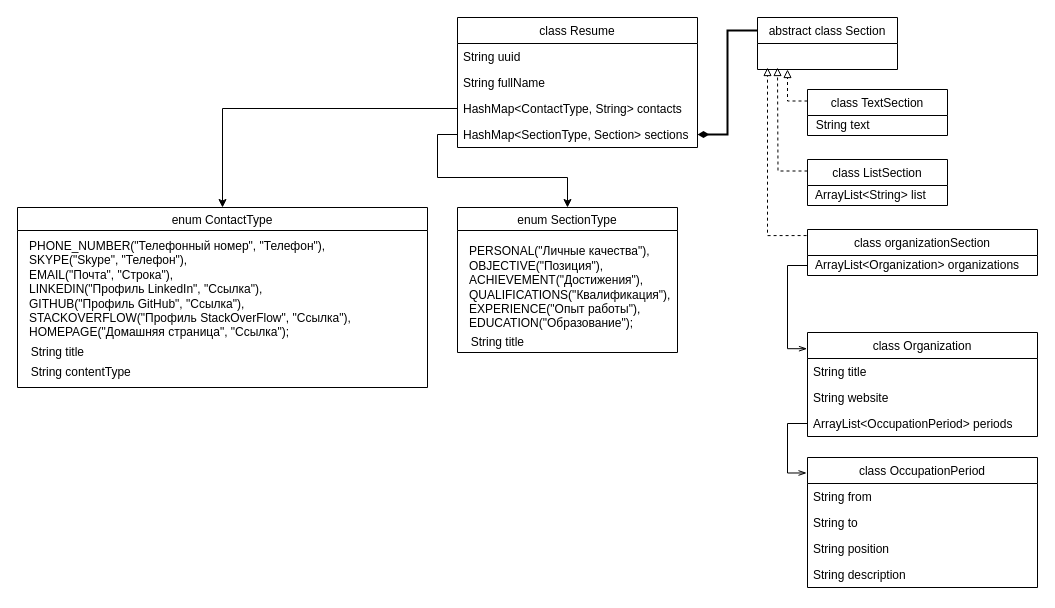
Earlier version of the draw.io diagram Untitled Diagram.drawio (naliev/Resume-web-application). Source tidied: cells renumbered, new cells numbered last; positions are measured from the earlier drawing's top-left corner, leaving out a move shared by most shapes. Both pictures are drawn from the tidied source at 100%, with x=0, y=0 at pixel (17, 17).
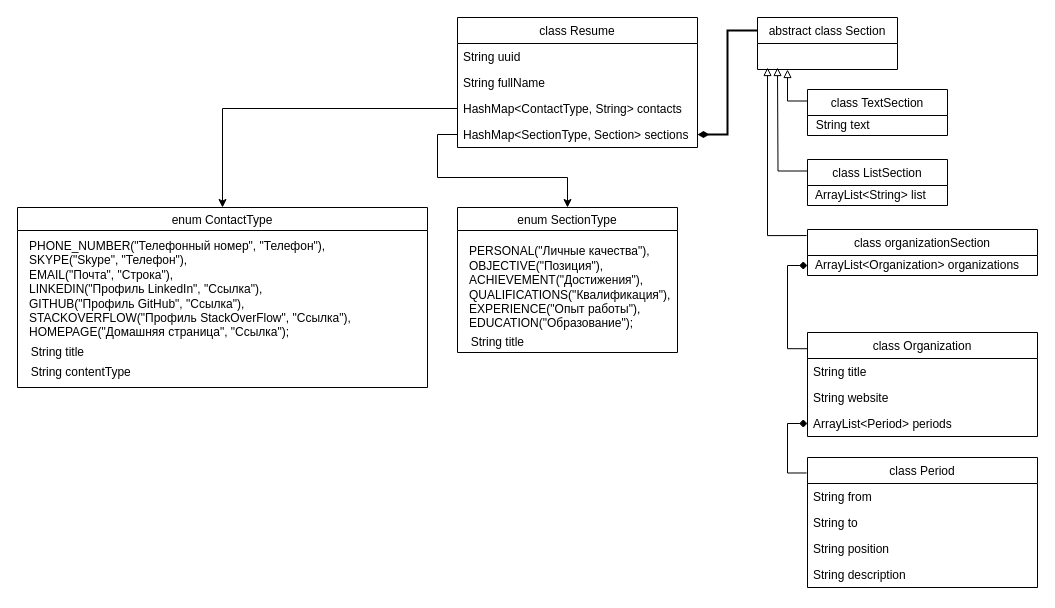
The same page after the edit.

Unchanged cells that the change refers to:
```xml
<mxCell id="12" value="class TextSection" style="swimlane;fontStyle=0;horizontal=1;startSize=26;fillColor=none;" parent="1" vertex="1">
  <mxGeometry x="790" y="72" width="140" height="46" as="geometry" />
</mxCell>
<mxCell id="14" value="class ListSection" style="swimlane;fontStyle=0;horizontal=1;startSize=26;fillColor=none;" parent="1" vertex="1">
  <mxGeometry x="790" y="142" width="140" height="46" as="geometry" />
</mxCell>
<mxCell id="16" value="class organizationSection" style="swimlane;fontStyle=0;horizontal=1;startSize=26;fillColor=none;" parent="1" vertex="1">
  <mxGeometry x="790" y="212" width="230" height="46" as="geometry" />
</mxCell>
<mxCell id="17" value="&amp;nbsp; ArrayList&amp;lt;Organization&amp;gt; organizations" style="text;html=1;align=left;verticalAlign=middle;points=[];strokeColor=none;fillColor=none;" parent="16" vertex="1">
  <mxGeometry y="26" width="230" height="20" as="geometry" />
</mxCell>
<mxCell id="27" value="class Organization" style="swimlane;fontStyle=0;horizontal=1;startSize=26;fillColor=none;" parent="1" vertex="1">
  <mxGeometry x="790" y="315" width="230" height="104" as="geometry" />
</mxCell>
```

Change to the diagram source:
```diff
@@
-    <mxCell id="18" style="edgeStyle=orthogonalEdgeStyle;rounded=0;jettySize=auto;html=1;dashed=1;endArrow=block;endFill=0;exitX=0;exitY=0.25;exitDx=0;exitDy=0;" parent="1" edge="1" source="12">
+    <mxCell id="18" style="edgeStyle=orthogonalEdgeStyle;rounded=0;jettySize=auto;html=1;endArrow=block;endFill=0;exitX=0;exitY=0.25;exitDx=0;exitDy=0;" parent="1" edge="1" source="12">
       <mxGeometry relative="1" as="geometry">
         <mxPoint x="770" y="52" as="targetPoint" />
       </mxGeometry>
     </mxCell>
-    <mxCell id="19" style="edgeStyle=orthogonalEdgeStyle;rounded=0;jettySize=auto;html=1;dashed=1;endArrow=block;endFill=0;exitX=0;exitY=0.25;exitDx=0;exitDy=0;" parent="1" edge="1" source="14">
+    <mxCell id="19" style="edgeStyle=orthogonalEdgeStyle;rounded=0;jettySize=auto;html=1;endArrow=block;endFill=0;exitX=0;exitY=0.25;exitDx=0;exitDy=0;" parent="1" edge="1" source="14">
       <mxGeometry relative="1" as="geometry">
         <mxPoint x="760" y="50" as="targetPoint" />
       </mxGeometry>
     </mxCell>
-    <mxCell id="20" style="edgeStyle=orthogonalEdgeStyle;rounded=0;jettySize=auto;html=1;dashed=1;endArrow=block;endFill=0;exitX=-0.004;exitY=0.132;exitDx=0;exitDy=0;exitPerimeter=0;" parent="1" edge="1" source="16">
+    <mxCell id="20" style="edgeStyle=orthogonalEdgeStyle;rounded=0;jettySize=auto;html=1;endArrow=block;endFill=0;exitX=-0.004;exitY=0.132;exitDx=0;exitDy=0;exitPerimeter=0;" parent="1" edge="1" source="16">
       <mxGeometry relative="1" as="geometry">
         <mxPoint x="750" y="50" as="targetPoint" />
         <Array as="points">
           <mxPoint x="750" y="218" />
         </Array>
       </mxGeometry>
     </mxCell>
@@
-    <mxCell id="30" value="ArrayList&lt;OccupationPeriod&gt; periods" style="text;strokeColor=none;fillColor=none;align=left;verticalAlign=top;spacingLeft=4;spacingRight=4;overflow=hidden;points=[[0,0.5],[1,0.5]];portConstraint=eastwest;" parent="27" vertex="1">
+    <mxCell id="30" value="ArrayList&lt;Period&gt; periods" style="text;strokeColor=none;fillColor=none;align=left;verticalAlign=top;spacingLeft=4;spacingRight=4;overflow=hidden;points=[[0,0.5],[1,0.5]];portConstraint=eastwest;" parent="27" vertex="1">
       <mxGeometry y="78" width="230" height="26" as="geometry" />
     </mxCell>
-    <mxCell id="31" style="edgeStyle=orthogonalEdgeStyle;rounded=0;jettySize=auto;html=1;endArrow=openThin;endFill=0;strokeWidth=1;entryX=-0.002;entryY=0.156;entryDx=0;entryDy=0;entryPerimeter=0;" parent="1" edge="1" source="17" target="27">
+    <mxCell id="31" style="edgeStyle=orthogonalEdgeStyle;rounded=0;jettySize=auto;html=1;endArrow=none;endFill=0;strokeWidth=1;entryX=-0.002;entryY=0.156;entryDx=0;entryDy=0;entryPerimeter=0;startArrow=diamond;startFill=1;" parent="1" edge="1" source="17" target="27">
       <mxGeometry relative="1" as="geometry">
         <Array as="points">
           <mxPoint x="770" y="248" />
           <mxPoint x="770" y="331" />
         </Array>
       </mxGeometry>
     </mxCell>
-    <mxCell id="32" value="class OccupationPeriod" style="swimlane;fontStyle=0;horizontal=1;startSize=26;fillColor=none;" parent="1" vertex="1">
+    <mxCell id="32" value="class Period" style="swimlane;fontStyle=0;horizontal=1;startSize=26;fillColor=none;" parent="1" vertex="1">
       <mxGeometry x="790" y="440" width="230" height="130" as="geometry" />
     </mxCell>
@@
-    <mxCell id="37" style="edgeStyle=orthogonalEdgeStyle;rounded=0;jettySize=auto;html=1;exitX=0;exitY=0.5;exitDx=0;exitDy=0;entryX=-0.004;entryY=0.119;entryDx=0;entryDy=0;entryPerimeter=0;endArrow=openThin;endFill=0;strokeWidth=1;" parent="1" edge="1" source="30" target="32">
+    <mxCell id="37" style="edgeStyle=orthogonalEdgeStyle;rounded=0;jettySize=auto;html=1;exitX=0;exitY=0.5;exitDx=0;exitDy=0;entryX=-0.004;entryY=0.119;entryDx=0;entryDy=0;entryPerimeter=0;endArrow=none;endFill=0;strokeWidth=1;startArrow=diamond;startFill=1;" parent="1" edge="1" source="30" target="32">
       <mxGeometry relative="1" as="geometry" />
     </mxCell>
```
